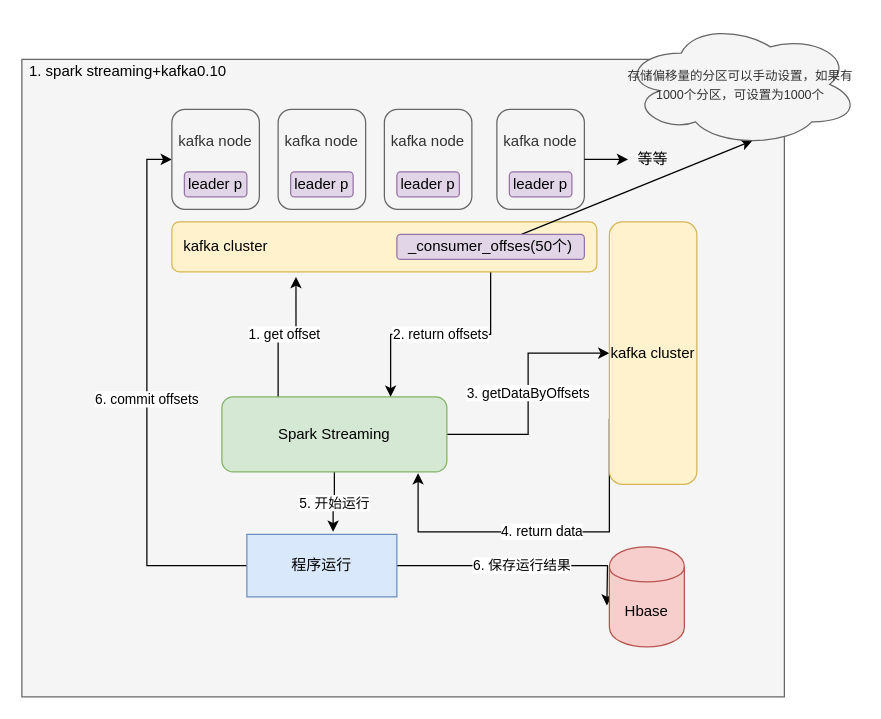
Before: draw-io/bigdata/real-time/sparkstreaming_kafka_0.10.drawio in orchid-ding/picture, a draw.io diagram. Source tidied: cells renumbered, new cells numbered last; positions are measured from the earlier drawing's top-left corner, leaving out a move shared by most shapes. Both pictures are drawn from the tidied source at 125%, with x=0, y=0 at pixel (21, 21).
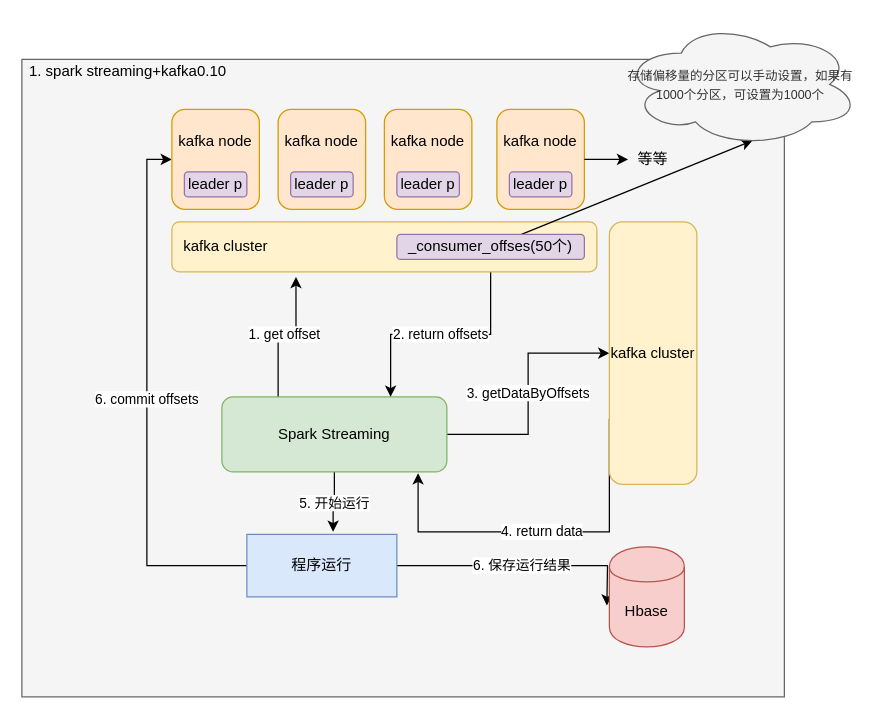
The same page after the edit.

The edit, as a diff of the source:
```diff
@@
-    <mxCell id="16" value="kafka node&lt;br&gt;&lt;br&gt;&lt;br&gt;" style="rounded=1;whiteSpace=wrap;html=1;fillColor=#f5f5f5;strokeColor=#666666;fontColor=#333333;" parent="1" vertex="1">
+    <mxCell id="16" value="kafka node&lt;br&gt;&lt;br&gt;&lt;br&gt;" style="rounded=1;whiteSpace=wrap;html=1;fillColor=#ffe6cc;strokeColor=#d79b00;" parent="1" vertex="1">
       <mxGeometry x="120" y="70" width="70" height="80" as="geometry" />
     </mxCell>
@@
-    <mxCell id="18" value="kafka node&lt;br&gt;&lt;br&gt;&lt;br&gt;" style="rounded=1;whiteSpace=wrap;html=1;fillColor=#f5f5f5;strokeColor=#666666;fontColor=#333333;" parent="1" vertex="1">
+    <mxCell id="18" value="kafka node&lt;br&gt;&lt;br&gt;&lt;br&gt;" style="rounded=1;whiteSpace=wrap;html=1;fillColor=#ffe6cc;strokeColor=#d79b00;" parent="1" vertex="1">
       <mxGeometry x="205" y="70" width="70" height="80" as="geometry" />
     </mxCell>
@@
-    <mxCell id="20" value="kafka node&lt;br&gt;&lt;br&gt;&lt;br&gt;" style="rounded=1;whiteSpace=wrap;html=1;fillColor=#f5f5f5;strokeColor=#666666;fontColor=#333333;" parent="1" vertex="1">
+    <mxCell id="20" value="kafka node&lt;br&gt;&lt;br&gt;&lt;br&gt;" style="rounded=1;whiteSpace=wrap;html=1;fillColor=#ffe6cc;strokeColor=#d79b00;" parent="1" vertex="1">
       <mxGeometry x="290" y="70" width="70" height="80" as="geometry" />
     </mxCell>
@@
-    <mxCell id="22" value="kafka node&lt;br&gt;&lt;br&gt;&lt;br&gt;" style="rounded=1;whiteSpace=wrap;html=1;fillColor=#f5f5f5;strokeColor=#666666;fontColor=#333333;" parent="1" vertex="1">
+    <mxCell id="22" value="kafka node&lt;br&gt;&lt;br&gt;&lt;br&gt;" style="rounded=1;whiteSpace=wrap;html=1;fillColor=#ffe6cc;strokeColor=#d79b00;" parent="1" vertex="1">
       <mxGeometry x="380" y="70" width="70" height="80" as="geometry" />
     </mxCell>
```
